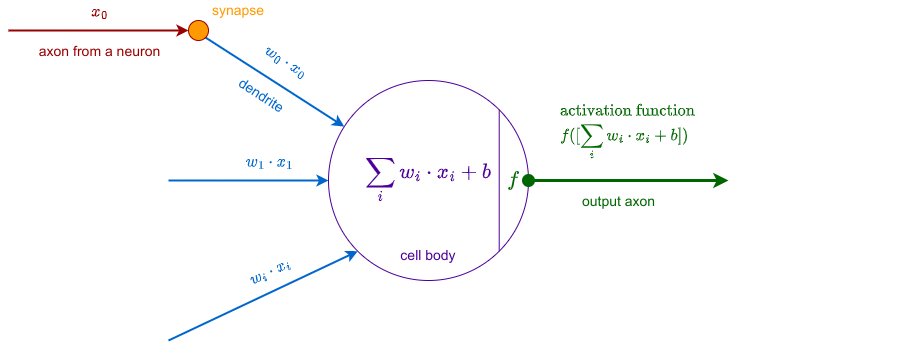
Before: diagrams/neuron_math_model.drawio.png, a diagram exported from draw.io (ryndovaira-org/data_science_lectures). Source tidied: cells renumbered, new cells last; positions are measured from the earlier drawing's top-left corner, leaving out a move shared by most shapes. Its diagram source:
```xml
<mxGraphModel math="1">
  <root>
    <mxCell id="0" />
    <mxCell id="1" parent="0" />
    <mxCell id="2" value="\[ \sum_{i} w_i \cdot x_i + b\]" style="ellipse;whiteSpace=wrap;html=1;fontSize=18;strokeColor=#4C0099;fontColor=#4C0099;fillColor=none;" parent="1" vertex="1">
      <mxGeometry x="320" y="80" width="200" height="200" as="geometry" />
    </mxCell>
    <mxCell id="3" value="&lt;font style=&quot;font-size: 14px;&quot;&gt;cell body&lt;/font&gt;" style="text;html=1;fillColor=none;align=center;verticalAlign=middle;whiteSpace=wrap;rounded=0;fontColor=#4C0099;fontSize=14;" parent="1" vertex="1">
      <mxGeometry x="390" y="240" width="60" height="30" as="geometry" />
    </mxCell>
    <mxCell id="4" style="endArrow=none;html=1;rounded=0;entryX=1;entryY=0;entryDx=0;entryDy=0;exitX=1;exitY=1;exitDx=0;exitDy=0;fontColor=#4C0099;strokeColor=#4C0099;" parent="1" edge="1" source="2" target="2">
      <mxGeometry relative="1" as="geometry" />
    </mxCell>
    <mxCell id="5" value="$$f$$" style="text;html=1;strokeColor=none;fillColor=none;align=center;verticalAlign=middle;whiteSpace=wrap;rounded=0;fontSize=18;fontColor=#006600;" parent="1" vertex="1">
      <mxGeometry x="500" y="160" width="10" height="40" as="geometry" />
    </mxCell>
    <mxCell id="6" style="edgeStyle=orthogonalEdgeStyle;rounded=0;orthogonalLoop=1;jettySize=auto;html=1;startArrow=oval;startFill=1;strokeColor=#006600;strokeWidth=3;sourcePerimeterSpacing=6;targetPerimeterSpacing=6;endSize=6;startSize=10;" parent="1" edge="1">
      <mxGeometry relative="1" as="geometry">
        <mxPoint x="520" y="180" as="sourcePoint" />
        <mxPoint x="720" y="180" as="targetPoint" />
      </mxGeometry>
    </mxCell>
    <mxCell id="7" value="output axon" style="edgeLabel;html=1;align=center;verticalAlign=middle;fontColor=#006600;fontSize=14;" parent="6" vertex="1">
      <mxGeometry x="-0.36" y="2" relative="1" as="geometry">
        <mxPoint x="25" y="22" as="offset" />
      </mxGeometry>
    </mxCell>
    <mxCell id="8" value="$$\begin{align*}&amp;amp;\text{activation function } \\ &amp;amp; f([\sum_i w_i \cdot x_i + b])\end{align*}$$" style="edgeLabel;html=1;align=center;verticalAlign=middle;labelBackgroundColor=none;fontSize=14;fontColor=#006600;" parent="6" vertex="1">
      <mxGeometry x="-0.36" y="-3" relative="1" as="geometry">
        <mxPoint x="36" y="-53" as="offset" />
      </mxGeometry>
    </mxCell>
    <mxCell id="9" style="endArrow=classic;html=1;rounded=0;startSize=11;startArrow=none;startFill=0;fontSize=14;strokeWidth=2;fontColor=#0066CC;strokeColor=#0066CC;exitX=1;exitY=1;exitDx=0;exitDy=0;" parent="1" edge="1" source="20" target="2">
      <mxGeometry relative="1" as="geometry" />
    </mxCell>
    <mxCell id="10" value="dendrite" style="edgeLabel;html=1;align=center;verticalAlign=middle;rotation=33;fontSize=14;fontColor=#0066CC;" parent="9" vertex="1">
      <mxGeometry x="-0.57" y="1" relative="1" as="geometry">
        <mxPoint x="26" y="39" as="offset" />
      </mxGeometry>
    </mxCell>
    <mxCell id="11" value="$$w_0 \cdot x_0$$" style="edgeLabel;html=1;align=center;verticalAlign=middle;labelBackgroundColor=none;fontSize=14;rotation=33;fontColor=#0066CC;" parent="9" vertex="1">
      <mxGeometry x="-0.29" y="-1" relative="1" as="geometry">
        <mxPoint x="33" y="-9" as="offset" />
      </mxGeometry>
    </mxCell>
    <mxCell id="12" style="endArrow=classic;html=1;rounded=0;entryX=0;entryY=0.5;entryDx=0;entryDy=0;fontSize=14;fontColor=#0066CC;strokeWidth=2;strokeColor=#0066CC;" parent="1" edge="1" target="2">
      <mxGeometry relative="1" as="geometry">
        <mxPoint x="160" y="180" as="sourcePoint" />
      </mxGeometry>
    </mxCell>
    <mxCell id="13" value="$$w_1 \cdot x_1$$" style="edgeLabel;html=1;align=center;verticalAlign=middle;labelBackgroundColor=none;fontSize=14;fontColor=#0066CC;" parent="12" vertex="1">
      <mxGeometry x="-0.18" relative="1" as="geometry">
        <mxPoint x="34" y="-20" as="offset" />
      </mxGeometry>
    </mxCell>
    <mxCell id="14" style="endArrow=classic;html=1;rounded=0;entryX=0;entryY=1;entryDx=0;entryDy=0;fontSize=14;fontColor=#0066CC;strokeWidth=2;strokeColor=#0066CC;" parent="1" edge="1" target="2">
      <mxGeometry relative="1" as="geometry">
        <mxPoint x="160" y="340" as="sourcePoint" />
      </mxGeometry>
    </mxCell>
    <mxCell id="15" value="$$w_i \cdot x_i$$" style="edgeLabel;html=1;align=center;verticalAlign=middle;rotation=335;labelBackgroundColor=none;fontSize=14;fontColor=#0066CC;" parent="14" vertex="1">
      <mxGeometry x="0.27" relative="1" as="geometry">
        <mxPoint x="-20" y="-13" as="offset" />
      </mxGeometry>
    </mxCell>
    <mxCell id="16" style="endArrow=none;html=1;rounded=0;startArrow=oval;startFill=1;" parent="1" edge="1">
      <mxGeometry relative="1" as="geometry">
        <mxPoint x="200" y="70" as="sourcePoint" />
        <mxPoint x="200" y="70" as="targetPoint" />
      </mxGeometry>
    </mxCell>
    <mxCell id="17" style="endArrow=classic;html=1;rounded=0;fontColor=#990000;labelBackgroundColor=none;strokeColor=#990000;strokeWidth=2;entryX=0;entryY=0.5;entryDx=0;entryDy=0;" parent="1" edge="1" target="20">
      <mxGeometry relative="1" as="geometry">
        <mxPoint y="30" as="sourcePoint" />
      </mxGeometry>
    </mxCell>
    <mxCell id="18" value="axon from a neuron" style="edgeLabel;html=1;align=center;verticalAlign=middle;fontColor=#990000;fontSize=14;" parent="17" vertex="1">
      <mxGeometry x="0.61" y="-1" relative="1" as="geometry">
        <mxPoint x="-55" y="19" as="offset" />
      </mxGeometry>
    </mxCell>
    <mxCell id="19" value="$$x_0$$" style="edgeLabel;html=1;align=center;verticalAlign=middle;labelBackgroundColor=none;fontSize=14;fontColor=#990000;" parent="17" vertex="1">
      <mxGeometry x="-0.23" y="-1" relative="1" as="geometry">
        <mxPoint x="21" y="-21" as="offset" />
      </mxGeometry>
    </mxCell>
    <mxCell id="20" style="ellipse;whiteSpace=wrap;html=1;fillColor=#FF9900;strokeColor=#990000;" parent="1" vertex="1">
      <mxGeometry x="180" y="20" width="20" height="20" as="geometry" />
    </mxCell>
    <mxCell id="21" value="synapse" style="text;strokeColor=none;align=center;fillColor=none;html=1;verticalAlign=middle;whiteSpace=wrap;rounded=0;fontColor=#FF9900;fontSize=14;" parent="1" vertex="1">
      <mxGeometry x="200" width="60" height="20" as="geometry" />
    </mxCell>
  </root>
</mxGraphModel>
```
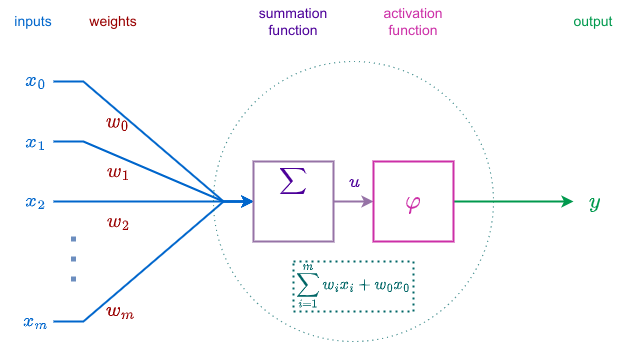
The same file after the commit.

Change to the diagram source:
```diff
@@ -2,93 +2,125 @@
   <root>
     <mxCell id="0" />
     <mxCell id="1" parent="0" />
-    <mxCell id="2" value="\[ \sum_{i} w_i \cdot x_i + b\]" style="ellipse;whiteSpace=wrap;html=1;fontSize=18;strokeColor=#4C0099;fontColor=#4C0099;fillColor=none;" parent="1" vertex="1">
-      <mxGeometry x="320" y="80" width="200" height="200" as="geometry" />
-    </mxCell>
-    <mxCell id="3" value="&lt;font style=&quot;font-size: 14px;&quot;&gt;cell body&lt;/font&gt;" style="text;html=1;fillColor=none;align=center;verticalAlign=middle;whiteSpace=wrap;rounded=0;fontColor=#4C0099;fontSize=14;" parent="1" vertex="1">
-      <mxGeometry x="390" y="240" width="60" height="30" as="geometry" />
-    </mxCell>
-    <mxCell id="4" style="endArrow=none;html=1;rounded=0;entryX=1;entryY=0;entryDx=0;entryDy=0;exitX=1;exitY=1;exitDx=0;exitDy=0;fontColor=#4C0099;strokeColor=#4C0099;" parent="1" edge="1" source="2" target="2">
-      <mxGeometry relative="1" as="geometry" />
-    </mxCell>
-    <mxCell id="5" value="$$f$$" style="text;html=1;strokeColor=none;fillColor=none;align=center;verticalAlign=middle;whiteSpace=wrap;rounded=0;fontSize=18;fontColor=#006600;" parent="1" vertex="1">
-      <mxGeometry x="500" y="160" width="10" height="40" as="geometry" />
-    </mxCell>
-    <mxCell id="6" style="edgeStyle=orthogonalEdgeStyle;rounded=0;orthogonalLoop=1;jettySize=auto;html=1;startArrow=oval;startFill=1;strokeColor=#006600;strokeWidth=3;sourcePerimeterSpacing=6;targetPerimeterSpacing=6;endSize=6;startSize=10;" parent="1" edge="1">
-      <mxGeometry relative="1" as="geometry">
-        <mxPoint x="520" y="180" as="sourcePoint" />
-        <mxPoint x="720" y="180" as="targetPoint" />
-      </mxGeometry>
-    </mxCell>
-    <mxCell id="7" value="output axon" style="edgeLabel;html=1;align=center;verticalAlign=middle;fontColor=#006600;fontSize=14;" parent="6" vertex="1">
-      <mxGeometry x="-0.36" y="2" relative="1" as="geometry">
-        <mxPoint x="25" y="22" as="offset" />
-      </mxGeometry>
-    </mxCell>
-    <mxCell id="8" value="$$\begin{align*}&amp;amp;\text{activation function } \\ &amp;amp; f([\sum_i w_i \cdot x_i + b])\end{align*}$$" style="edgeLabel;html=1;align=center;verticalAlign=middle;labelBackgroundColor=none;fontSize=14;fontColor=#006600;" parent="6" vertex="1">
-      <mxGeometry x="-0.36" y="-3" relative="1" as="geometry">
-        <mxPoint x="36" y="-53" as="offset" />
-      </mxGeometry>
-    </mxCell>
-    <mxCell id="9" style="endArrow=classic;html=1;rounded=0;startSize=11;startArrow=none;startFill=0;fontSize=14;strokeWidth=2;fontColor=#0066CC;strokeColor=#0066CC;exitX=1;exitY=1;exitDx=0;exitDy=0;" parent="1" edge="1" source="20" target="2">
-      <mxGeometry relative="1" as="geometry" />
+    <mxCell id="9" style="endArrow=classic;html=1;rounded=0;startSize=11;startArrow=none;startFill=0;fontSize=14;strokeWidth=2;fontColor=#0066CC;strokeColor=#0066CC;edgeStyle=entityRelationEdgeStyle;" parent="1" edge="1" target="33">
+      <mxGeometry relative="1" as="geometry">
+        <mxPoint x="160" y="100" as="sourcePoint" />
+      </mxGeometry>
     </mxCell>
-    <mxCell id="10" value="dendrite" style="edgeLabel;html=1;align=center;verticalAlign=middle;rotation=33;fontSize=14;fontColor=#0066CC;" parent="9" vertex="1">
-      <mxGeometry x="-0.57" y="1" relative="1" as="geometry">
-        <mxPoint x="26" y="39" as="offset" />
-      </mxGeometry>
-    </mxCell>
-    <mxCell id="11" value="$$w_0 \cdot x_0$$" style="edgeLabel;html=1;align=center;verticalAlign=middle;labelBackgroundColor=none;fontSize=14;rotation=33;fontColor=#0066CC;" parent="9" vertex="1">
+    <mxCell id="11" value="$$w_0$$" style="edgeLabel;html=1;align=center;verticalAlign=middle;labelBackgroundColor=none;fontSize=17;rotation=0;fontColor=#990000;" parent="9" vertex="1">
       <mxGeometry x="-0.29" y="-1" relative="1" as="geometry">
-        <mxPoint x="33" y="-9" as="offset" />
+        <mxPoint x="-9" y="3" as="offset" />
       </mxGeometry>
     </mxCell>
+    <mxCell id="19" value="$$x_0$$" style="edgeLabel;html=1;align=center;verticalAlign=middle;labelBackgroundColor=none;fontSize=17;fontColor=#0066CC;" parent="9" vertex="1">
+      <mxGeometry x="-0.81" y="2" relative="1" as="geometry">
+        <mxPoint x="-42" as="offset" />
+      </mxGeometry>
+    </mxCell>
-    <mxCell id="12" style="endArrow=classic;html=1;rounded=0;entryX=0;entryY=0.5;entryDx=0;entryDy=0;fontSize=14;fontColor=#0066CC;strokeWidth=2;strokeColor=#0066CC;" parent="1" edge="1" target="2">
+    <mxCell id="12" style="endArrow=classic;html=1;rounded=0;fontSize=14;fontColor=#0066CC;strokeWidth=2;strokeColor=#0066CC;edgeStyle=entityRelationEdgeStyle;" parent="1" edge="1" target="33">
       <mxGeometry relative="1" as="geometry">
-        <mxPoint x="160" y="180" as="sourcePoint" />
+        <mxPoint x="160" y="160" as="sourcePoint" />
       </mxGeometry>
     </mxCell>
-    <mxCell id="13" value="$$w_1 \cdot x_1$$" style="edgeLabel;html=1;align=center;verticalAlign=middle;labelBackgroundColor=none;fontSize=14;fontColor=#0066CC;" parent="12" vertex="1">
+    <mxCell id="13" value="$$w_1$$" style="edgeLabel;html=1;align=center;verticalAlign=middle;labelBackgroundColor=none;fontSize=17;fontColor=#990000;" parent="12" vertex="1">
       <mxGeometry x="-0.18" relative="1" as="geometry">
-        <mxPoint x="34" y="-20" as="offset" />
+        <mxPoint x="-18" y="8" as="offset" />
       </mxGeometry>
     </mxCell>
+    <mxCell id="22" value="$$x_1$$" style="edgeLabel;html=1;align=center;verticalAlign=middle;labelBackgroundColor=none;fontColor=#0066CC;fontSize=17;" parent="12" vertex="1">
+      <mxGeometry x="-0.85" y="-4" relative="1" as="geometry">
+        <mxPoint x="-35" y="-4" as="offset" />
+      </mxGeometry>
+    </mxCell>
-    <mxCell id="14" style="endArrow=classic;html=1;rounded=0;entryX=0;entryY=1;entryDx=0;entryDy=0;fontSize=14;fontColor=#0066CC;strokeWidth=2;strokeColor=#0066CC;" parent="1" edge="1" target="2">
+    <mxCell id="14" style="endArrow=classic;html=1;rounded=0;entryX=0;entryY=0.5;entryDx=0;entryDy=0;fontSize=14;fontColor=#0066CC;strokeWidth=2;strokeColor=#0066CC;edgeStyle=entityRelationEdgeStyle;" parent="1" edge="1" target="33">
       <mxGeometry relative="1" as="geometry">
         <mxPoint x="160" y="340" as="sourcePoint" />
       </mxGeometry>
     </mxCell>
-    <mxCell id="15" value="$$w_i \cdot x_i$$" style="edgeLabel;html=1;align=center;verticalAlign=middle;rotation=335;labelBackgroundColor=none;fontSize=14;fontColor=#0066CC;" parent="14" vertex="1">
+    <mxCell id="15" value="$$w_m$$" style="edgeLabel;html=1;align=center;verticalAlign=middle;rotation=0;labelBackgroundColor=none;fontSize=17;fontColor=#990000;" parent="14" vertex="1">
       <mxGeometry x="0.27" relative="1" as="geometry">
-        <mxPoint x="-20" y="-13" as="offset" />
+        <mxPoint x="-58" y="71" as="offset" />
       </mxGeometry>
     </mxCell>
+    <mxCell id="23" value="$$x_m$$" style="edgeLabel;html=1;align=center;verticalAlign=middle;labelBackgroundColor=none;fontColor=#0066CC;fontSize=17;" parent="14" vertex="1">
+      <mxGeometry x="-0.88" y="1" relative="1" as="geometry">
+        <mxPoint x="-34" as="offset" />
+      </mxGeometry>
+    </mxCell>
-    <mxCell id="16" style="endArrow=none;html=1;rounded=0;startArrow=oval;startFill=1;" parent="1" edge="1">
+    <mxCell id="16" style="endArrow=none;html=1;rounded=0;startArrow=oval;startFill=1;fontSize=17;" parent="1" edge="1">
       <mxGeometry relative="1" as="geometry">
         <mxPoint x="200" y="70" as="sourcePoint" />
         <mxPoint x="200" y="70" as="targetPoint" />
       </mxGeometry>
     </mxCell>
-    <mxCell id="17" style="endArrow=classic;html=1;rounded=0;fontColor=#990000;labelBackgroundColor=none;strokeColor=#990000;strokeWidth=2;entryX=0;entryY=0.5;entryDx=0;entryDy=0;" parent="1" edge="1" target="20">
-      <mxGeometry relative="1" as="geometry">
-        <mxPoint y="30" as="sourcePoint" />
-      </mxGeometry>
-    </mxCell>
-    <mxCell id="18" value="axon from a neuron" style="edgeLabel;html=1;align=center;verticalAlign=middle;fontColor=#990000;fontSize=14;" parent="17" vertex="1">
-      <mxGeometry x="0.61" y="-1" relative="1" as="geometry">
-        <mxPoint x="-55" y="19" as="offset" />
-      </mxGeometry>
-    </mxCell>
-    <mxCell id="19" value="$$x_0$$" style="edgeLabel;html=1;align=center;verticalAlign=middle;labelBackgroundColor=none;fontSize=14;fontColor=#990000;" parent="17" vertex="1">
-      <mxGeometry x="-0.23" y="-1" relative="1" as="geometry">
-        <mxPoint x="21" y="-21" as="offset" />
-      </mxGeometry>
-    </mxCell>
-    <mxCell id="20" style="ellipse;whiteSpace=wrap;html=1;fillColor=#FF9900;strokeColor=#990000;" parent="1" vertex="1">
-      <mxGeometry x="180" y="20" width="20" height="20" as="geometry" />
-    </mxCell>
-    <mxCell id="21" value="synapse" style="text;strokeColor=none;align=center;fillColor=none;html=1;verticalAlign=middle;whiteSpace=wrap;rounded=0;fontColor=#FF9900;fontSize=14;" parent="1" vertex="1">
-      <mxGeometry x="200" width="60" height="20" as="geometry" />
-    </mxCell>
+    <mxCell id="24" style="endArrow=classic;html=1;rounded=0;fontSize=14;fontColor=#0066CC;strokeWidth=2;strokeColor=#0066CC;edgeStyle=entityRelationEdgeStyle;" parent="1" edge="1" target="33">
+      <mxGeometry relative="1" as="geometry">
+        <mxPoint x="160" y="220" as="sourcePoint" />
+      </mxGeometry>
+    </mxCell>
+    <mxCell id="25" value="$$w_2$$" style="edgeLabel;html=1;align=center;verticalAlign=middle;labelBackgroundColor=none;fontSize=17;fontColor=#990000;" parent="24" vertex="1">
+      <mxGeometry x="-0.18" relative="1" as="geometry">
+        <mxPoint x="-18" y="20" as="offset" />
+      </mxGeometry>
+    </mxCell>
+    <mxCell id="26" value="$$x_2$$" style="edgeLabel;html=1;align=center;verticalAlign=middle;labelBackgroundColor=none;fontColor=#0066CC;fontSize=17;" parent="24" vertex="1">
+      <mxGeometry x="-0.77" y="1" relative="1" as="geometry">
+        <mxPoint x="-42" as="offset" />
+      </mxGeometry>
+    </mxCell>
+    <mxCell id="27" style="endArrow=none;dashed=1;html=1;dashPattern=1 3;strokeWidth=5;rounded=0;fillColor=#dae8fc;strokeColor=#6c8ebf;fontSize=17;" parent="1" edge="1">
+      <mxGeometry relative="1" as="geometry">
+        <mxPoint x="180" y="300" as="sourcePoint" />
+        <mxPoint x="180" y="240" as="targetPoint" />
+        <Array as="points">
+          <mxPoint x="180" y="270" />
+        </Array>
+      </mxGeometry>
+    </mxCell>
+    <mxCell id="28" value="inputs" style="text;html=1;strokeColor=none;fillColor=none;align=center;verticalAlign=middle;whiteSpace=wrap;rounded=0;fontColor=#0066CC;fontSize=14;" parent="1" vertex="1">
+      <mxGeometry x="120" y="20" width="40" height="40" as="geometry" />
+    </mxCell>
+    <mxCell id="2" style="ellipse;whiteSpace=wrap;html=1;fontSize=18;strokeColor=#006666;fontColor=#4C0099;fillColor=none;dashed=1;dashPattern=1 4;" parent="1" vertex="1">
+      <mxGeometry x="320" y="80" width="280" height="280" as="geometry" />
+    </mxCell>
+    <mxCell id="29" value="weights" style="text;html=1;strokeColor=none;fillColor=none;align=center;verticalAlign=middle;whiteSpace=wrap;rounded=0;fontColor=#990000;fontSize=14;" parent="1" vertex="1">
+      <mxGeometry x="180" y="20" width="80" height="40" as="geometry" />
+    </mxCell>
+    <mxCell id="30" style="edgeStyle=orthogonalEdgeStyle;rounded=0;jettySize=auto;html=1;entryX=0;entryY=0.5;entryDx=0;entryDy=0;fontColor=#4C0099;fillColor=#e1d5e7;strokeColor=#9673a6;strokeWidth=2;" parent="1" edge="1" source="33" target="37">
+      <mxGeometry relative="1" as="geometry" />
+    </mxCell>
+    <mxCell id="31" value="$$u$$" style="edgeLabel;html=1;align=center;verticalAlign=middle;fontColor=#4C0099;labelBackgroundColor=none;fontSize=16;" parent="30" vertex="1">
+      <mxGeometry x="0.02" y="1" relative="1" as="geometry">
+        <mxPoint y="-19" as="offset" />
+      </mxGeometry>
+    </mxCell>
+    <mxCell id="32" value="&lt;font style=&quot;font-size: 14px;&quot;&gt;$$\sum _{i=1}^{m}w_{i}x_{i}+w_{0}x_{0}$$&lt;/font&gt;" style="rounded=0;whiteSpace=wrap;html=1;fillColor=none;strokeColor=#006666;strokeWidth=2;fontSize=14;fontColor=#006666;dashed=1;dashPattern=1 2;" parent="1" vertex="1">
+      <mxGeometry x="400" y="280" width="120" height="50" as="geometry" />
+    </mxCell>
+    <mxCell id="33" value="$$\sum$$&lt;br style=&quot;font-size: 16px;&quot;&gt;" style="rounded=0;fillColor=none;strokeColor=#9673a6;strokeWidth=2;fontSize=16;fontColor=#4C0099;verticalAlign=top;spacing=2;whiteSpace=wrap;html=1;labelPosition=center;verticalLabelPosition=middle;align=center;" parent="1" vertex="1">
+      <mxGeometry x="360" y="180" width="80" height="80" as="geometry" />
+    </mxCell>
+    <mxCell id="34" value="summation function" style="text;html=1;strokeColor=none;fillColor=none;align=center;verticalAlign=middle;whiteSpace=wrap;rounded=0;labelBorderColor=none;strokeWidth=2;fontColor=#4C0099;fontSize=14;" parent="1" vertex="1">
+      <mxGeometry x="360" y="20" width="80" height="40" as="geometry" />
+    </mxCell>
+    <mxCell id="35" style="edgeStyle=orthogonalEdgeStyle;rounded=0;jettySize=auto;html=1;strokeWidth=2;fillColor=#d5e8d4;strokeColor=#00994D;" parent="1" edge="1" source="37">
+      <mxGeometry relative="1" as="geometry">
+        <mxPoint x="680" y="220" as="targetPoint" />
+      </mxGeometry>
+    </mxCell>
+    <mxCell id="36" value="$$y$$" style="edgeLabel;html=1;align=center;verticalAlign=middle;fontSize=18;labelBackgroundColor=none;fontColor=#00994D;" parent="35" vertex="1">
+      <mxGeometry x="0.74" y="3" relative="1" as="geometry">
+        <mxPoint x="36" y="3" as="offset" />
+      </mxGeometry>
+    </mxCell>
+    <mxCell id="37" value="$$\varphi&amp;nbsp;&amp;nbsp;$$" style="rounded=0;fillColor=none;strokeColor=#CC2FA7;strokeWidth=2;fontSize=22;verticalAlign=middle;spacing=2;whiteSpace=wrap;html=1;labelPosition=center;verticalLabelPosition=middle;align=center;fontColor=#CC2FA7;" parent="1" vertex="1">
+      <mxGeometry x="480" y="180" width="80" height="80" as="geometry" />
+    </mxCell>
+    <mxCell id="38" value="activation function" style="text;html=1;strokeColor=none;fillColor=none;align=center;verticalAlign=middle;whiteSpace=wrap;rounded=0;labelBorderColor=none;strokeWidth=2;fontColor=#CC2FA7;fontSize=14;" parent="1" vertex="1">
+      <mxGeometry x="480" y="20" width="80" height="40" as="geometry" />
+    </mxCell>
+    <mxCell id="39" value="output" style="text;html=1;strokeColor=none;fillColor=none;align=center;verticalAlign=middle;whiteSpace=wrap;rounded=0;labelBorderColor=none;strokeWidth=2;fontColor=#00994D;fontSize=14;" parent="1" vertex="1">
+      <mxGeometry x="680" y="20" width="40" height="40" as="geometry" />
+    </mxCell>
   </root>
 </mxGraphModel>
```
